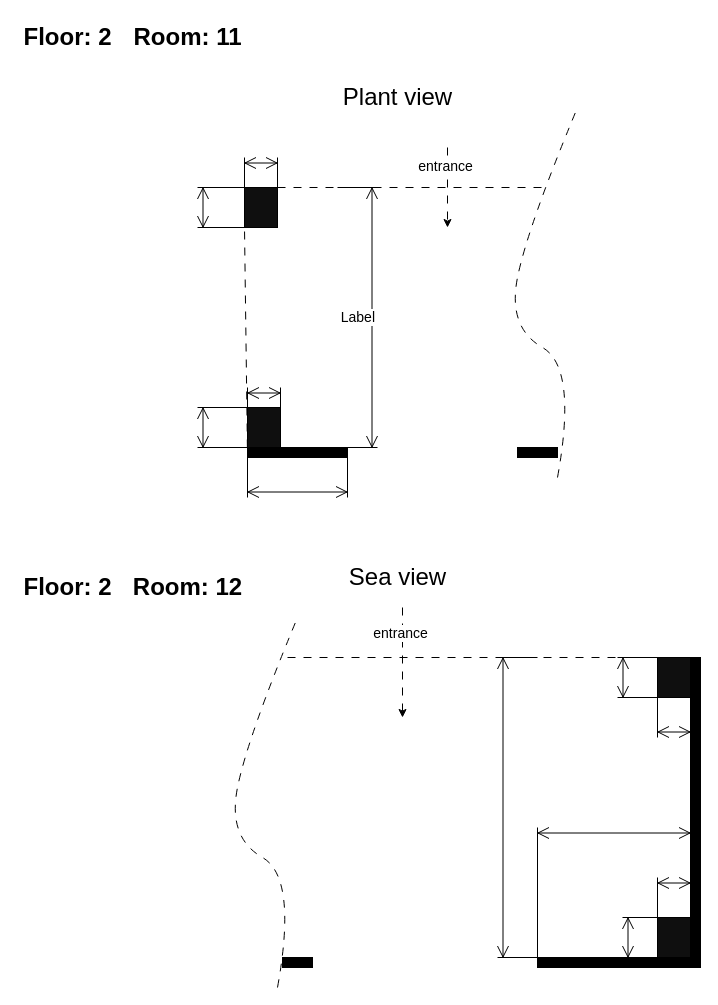
The draw.io diagram Room 11-12.drawio in hdghg/heaven-balcony, before the edit. Source tidied: cells renumbered, new cells numbered last; positions are measured from the earlier drawing's top-left corner, leaving out a move shared by most shapes. Both pictures are drawn from the tidied source at 100%, with x=0, y=0 at pixel (17, 17).
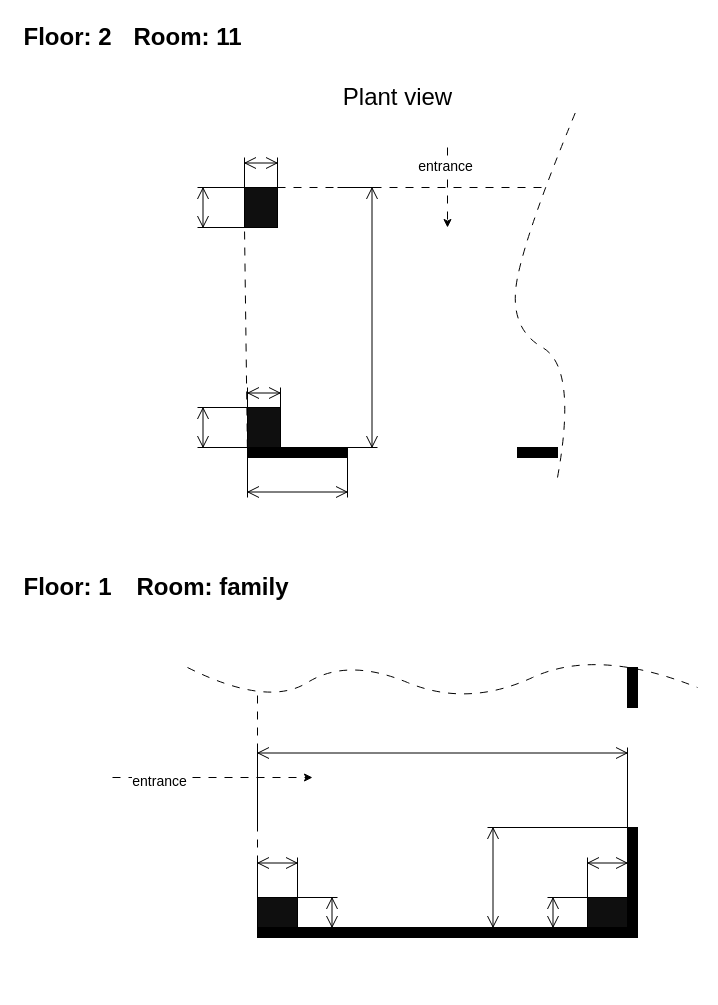
The same diagram, later.

Change to the diagram source:
```diff
@@
-    <mxCell id="14" style="verticalLabelPosition=bottom;html=1;verticalAlign=top;align=center;shape=mxgraph.floorplan.wall;fillColor=strokeColor;" parent="1" vertex="1">
-      <mxGeometry x="520" y="940" width="160" height="10" as="geometry" />
-    </mxCell>
-    <mxCell id="15" style="verticalLabelPosition=bottom;html=1;verticalAlign=top;align=center;shape=mxgraph.floorplan.wall;fillColor=strokeColor;" parent="1" vertex="1">
-      <mxGeometry x="265" y="940" width="30" height="10" as="geometry" />
-    </mxCell>
-    <mxCell id="16" style="rounded=0;whiteSpace=wrap;html=1;fillColor=#0F0F0F;" parent="1" vertex="1">
-      <mxGeometry x="640" y="900" width="33" height="40" as="geometry" />
-    </mxCell>
-    <mxCell id="17" value="Sea view" style="text;strokeColor=none;fillColor=none;html=1;fontSize=24;fontStyle=0;verticalAlign=middle;align=center;" parent="1" vertex="1">
-      <mxGeometry x="330" y="540" width="100" height="40" as="geometry" />
-    </mxCell>
-    <mxCell id="18" style="endArrow=classic;html=1;rounded=0;dashed=1;dashPattern=8 8;" parent="1" edge="1">
-      <mxGeometry relative="1" as="geometry">
-        <mxPoint x="385" y="590" as="sourcePoint" />
-        <mxPoint x="385" y="700" as="targetPoint" />
-      </mxGeometry>
-    </mxCell>
-    <mxCell id="19" value="entrance" style="edgeLabel;html=1;align=center;verticalAlign=middle;fontSize=14;" parent="18" vertex="1">
-      <mxGeometry x="-0.54" y="-3" relative="1" as="geometry" />
-    </mxCell>
-    <mxCell id="20" style="curved=1;endArrow=none;html=1;rounded=0;dashed=1;dashPattern=8 8;strokeColor=default;endFill=0;" parent="1" edge="1">
-      <mxGeometry relative="1" as="geometry">
-        <mxPoint x="260" y="970" as="sourcePoint" />
-        <mxPoint x="280" y="600" as="targetPoint" />
-        <Array as="points">
-          <mxPoint x="280" y="860" />
-          <mxPoint x="210" y="820" />
-          <mxPoint x="230" y="720" />
-        </Array>
-      </mxGeometry>
-    </mxCell>
-    <mxCell id="21" value="Floor: 2" style="text;strokeColor=none;fillColor=none;html=1;fontSize=24;fontStyle=1;verticalAlign=middle;align=center;" parent="1" vertex="1">
+    <mxCell id="21" value="Floor: 1" style="text;strokeColor=none;fillColor=none;html=1;fontSize=24;fontStyle=1;verticalAlign=middle;align=center;" parent="1" vertex="1">
       <mxGeometry y="550" width="100" height="40" as="geometry" />
     </mxCell>
-    <mxCell id="22" value="Room: 12" style="text;strokeColor=none;fillColor=none;html=1;fontSize=24;fontStyle=1;verticalAlign=middle;align=center;" parent="1" vertex="1">
-      <mxGeometry x="120" y="550" width="100" height="40" as="geometry" />
+    <mxCell id="22" value="Room: family" style="text;strokeColor=none;fillColor=none;html=1;fontSize=24;fontStyle=1;verticalAlign=middle;align=center;" parent="1" vertex="1">
+      <mxGeometry x="120" y="550" width="150" height="40" as="geometry" />
     </mxCell>
@@
-    <mxCell id="25" style="rounded=0;whiteSpace=wrap;html=1;fillColor=#0F0F0F;" parent="1" vertex="1">
-      <mxGeometry x="640" y="640" width="33" height="40" as="geometry" />
-    </mxCell>
-    <mxCell id="26" style="verticalLabelPosition=bottom;html=1;verticalAlign=top;align=center;shape=mxgraph.floorplan.wall;fillColor=strokeColor;direction=south;fontSize=14;" parent="1" vertex="1">
-      <mxGeometry x="673" y="640" width="10" height="310" as="geometry" />
-    </mxCell>
-    <mxCell id="27" style="endArrow=none;dashed=1;html=1;rounded=0;dashPattern=8 8;strokeColor=default;fontSize=14;entryX=0;entryY=0;entryDx=0;entryDy=0;" parent="1" edge="1" target="25">
-      <mxGeometry relative="1" as="geometry">
-        <mxPoint x="270" y="640" as="sourcePoint" />
-      </mxGeometry>
-    </mxCell>
-    <mxCell id="28" style="shape=dimension;direction=south;whiteSpace=wrap;html=1;align=left;verticalAlign=middle;labelBackgroundColor=#ffffff;fontSize=14;fillColor=#0F0F0F;" parent="1" vertex="1">
-      <mxGeometry x="480" y="640" width="40" height="300" as="geometry" />
-    </mxCell>
-    <mxCell id="29" style="shape=dimension;direction=south;whiteSpace=wrap;html=1;align=left;verticalAlign=middle;labelBackgroundColor=#ffffff;fontSize=14;fillColor=#0F0F0F;" parent="1" vertex="1">
-      <mxGeometry x="600" y="640" width="40" height="40" as="geometry" />
-    </mxCell>
-    <mxCell id="30" style="shape=dimension;direction=south;whiteSpace=wrap;html=1;align=left;verticalAlign=middle;labelBackgroundColor=#ffffff;fontSize=14;fillColor=#0F0F0F;" parent="1" vertex="1">
-      <mxGeometry x="605" y="900" width="40" height="40" as="geometry" />
-    </mxCell>
-    <mxCell id="31" style="shape=dimension;direction=west;whiteSpace=wrap;html=1;align=center;verticalAlign=top;spacingTop=-8;labelBackgroundColor=#ffffff;fontSize=14;fillColor=#0F0F0F;" parent="1" vertex="1">
-      <mxGeometry x="640" y="860" width="33" height="40" as="geometry" />
-    </mxCell>
-    <mxCell id="32" style="shape=dimension;whiteSpace=wrap;html=1;align=center;verticalAlign=bottom;spacingBottom=-5;labelBackgroundColor=#ffffff;fontSize=14;fillColor=#0F0F0F;" parent="1" vertex="1">
-      <mxGeometry x="640" y="680" width="33" height="40" as="geometry" />
-    </mxCell>
-    <mxCell id="33" style="shape=dimension;direction=west;whiteSpace=wrap;html=1;align=center;verticalAlign=top;spacingTop=-8;labelBackgroundColor=#ffffff;fontSize=14;fillColor=#0F0F0F;" parent="1" vertex="1">
-      <mxGeometry x="520" y="810" width="153" height="130" as="geometry" />
-    </mxCell>
@@
-    <mxCell id="36" value="Label" style="shape=dimension;direction=north;whiteSpace=wrap;html=1;align=right;verticalAlign=middle;labelBackgroundColor=#ffffff;fontSize=14;fillColor=#0F0F0F;" parent="1" vertex="1">
+    <mxCell id="36" style="shape=dimension;direction=north;whiteSpace=wrap;html=1;align=right;verticalAlign=middle;labelBackgroundColor=#ffffff;fontSize=14;fillColor=#0F0F0F;" parent="1" vertex="1">
       <mxGeometry x="320" y="170" width="40" height="260" as="geometry" />
     </mxCell>
@@
+    <mxCell id="38" style="verticalLabelPosition=bottom;html=1;verticalAlign=top;align=center;shape=mxgraph.floorplan.wall;fillColor=strokeColor;" parent="1" vertex="1">
+      <mxGeometry x="240" y="910" width="380" height="10" as="geometry" />
+    </mxCell>
+    <mxCell id="39" style="endArrow=classic;html=1;rounded=0;dashed=1;dashPattern=8 8;" parent="1" edge="1">
+      <mxGeometry relative="1" as="geometry">
+        <mxPoint x="95" y="760" as="sourcePoint" />
+        <mxPoint x="295" y="760" as="targetPoint" />
+      </mxGeometry>
+    </mxCell>
+    <mxCell id="19" value="entrance" style="edgeLabel;html=1;align=center;verticalAlign=middle;fontSize=14;" parent="39" vertex="1">
+      <mxGeometry x="-0.54" y="-3" relative="1" as="geometry" />
+    </mxCell>
+    <mxCell id="40" style="curved=1;endArrow=none;html=1;rounded=0;dashed=1;dashPattern=8 8;strokeColor=default;endFill=0;" parent="1" edge="1">
+      <mxGeometry relative="1" as="geometry">
+        <mxPoint x="170" y="650" as="sourcePoint" />
+        <mxPoint x="680" y="670" as="targetPoint" />
+        <Array as="points">
+          <mxPoint x="250" y="690" />
+          <mxPoint x="330" y="640" />
+          <mxPoint x="450" y="690" />
+          <mxPoint x="580" y="630" />
+        </Array>
+      </mxGeometry>
+    </mxCell>
+    <mxCell id="41" style="verticalLabelPosition=bottom;html=1;verticalAlign=top;align=center;shape=mxgraph.floorplan.wall;fillColor=strokeColor;direction=south;fontSize=14;" parent="1" vertex="1">
+      <mxGeometry x="610" y="810" width="10" height="100" as="geometry" />
+    </mxCell>
+    <mxCell id="42" style="verticalLabelPosition=bottom;html=1;verticalAlign=top;align=center;shape=mxgraph.floorplan.wall;fillColor=strokeColor;direction=south;fontSize=14;" parent="1" vertex="1">
+      <mxGeometry x="610" y="650" width="10" height="40" as="geometry" />
+    </mxCell>
+    <mxCell id="43" style="endArrow=none;dashed=1;html=1;rounded=0;dashPattern=8 8;strokeColor=default;fontSize=14;exitX=0;exitY=0;exitDx=0;exitDy=0;exitPerimeter=0;" parent="1" edge="1" source="38">
+      <mxGeometry relative="1" as="geometry">
+        <mxPoint x="240" y="670" as="targetPoint" />
+      </mxGeometry>
+    </mxCell>
+    <mxCell id="44" style="rounded=0;whiteSpace=wrap;html=1;fillColor=#0F0F0F;" parent="1" vertex="1">
+      <mxGeometry x="570" y="880" width="40" height="30" as="geometry" />
+    </mxCell>
+    <mxCell id="45" style="rounded=0;whiteSpace=wrap;html=1;fillColor=#0F0F0F;" parent="1" vertex="1">
+      <mxGeometry x="240" y="880" width="40" height="30" as="geometry" />
+    </mxCell>
+    <mxCell id="46" style="shape=dimension;direction=west;whiteSpace=wrap;html=1;align=center;verticalAlign=top;spacingTop=-8;labelBackgroundColor=#ffffff;fontSize=14;fillColor=#0F0F0F;" parent="1" vertex="1">
+      <mxGeometry x="240" y="730" width="370" height="80" as="geometry" />
+    </mxCell>
+    <mxCell id="47" style="shape=dimension;direction=west;whiteSpace=wrap;html=1;align=center;verticalAlign=top;spacingTop=-8;labelBackgroundColor=#ffffff;fontSize=14;fillColor=#0F0F0F;" parent="1" vertex="1">
+      <mxGeometry x="240" y="840" width="40" height="40" as="geometry" />
+    </mxCell>
+    <mxCell id="48" style="shape=dimension;direction=west;whiteSpace=wrap;html=1;align=center;verticalAlign=top;spacingTop=-8;labelBackgroundColor=#ffffff;fontSize=14;fillColor=#0F0F0F;" parent="1" vertex="1">
+      <mxGeometry x="570" y="840" width="40" height="40" as="geometry" />
+    </mxCell>
+    <mxCell id="49" style="shape=dimension;direction=north;whiteSpace=wrap;html=1;align=right;verticalAlign=middle;labelBackgroundColor=#ffffff;fontSize=14;fillColor=#0F0F0F;" parent="1" vertex="1">
+      <mxGeometry x="280" y="880" width="40" height="30" as="geometry" />
+    </mxCell>
+    <mxCell id="50" style="shape=dimension;direction=south;whiteSpace=wrap;html=1;align=left;verticalAlign=middle;labelBackgroundColor=#ffffff;fontSize=14;fillColor=#0F0F0F;" parent="1" vertex="1">
+      <mxGeometry x="530" y="880" width="40" height="30" as="geometry" />
+    </mxCell>
+    <mxCell id="51" style="shape=dimension;direction=south;whiteSpace=wrap;html=1;align=left;verticalAlign=middle;labelBackgroundColor=#ffffff;fontSize=14;fillColor=#0F0F0F;" parent="1" vertex="1">
+      <mxGeometry x="470" y="810" width="140" height="100" as="geometry" />
+    </mxCell>
```
